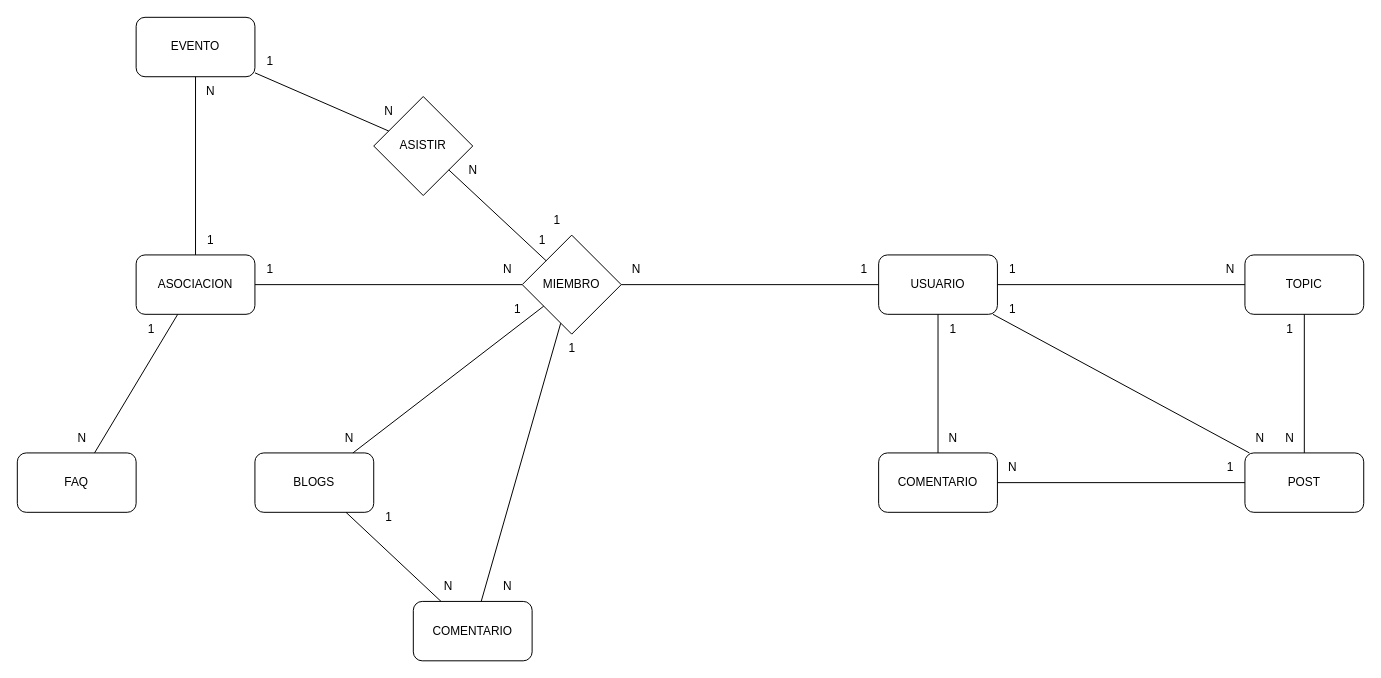
NoeOrgaGutierrez/careconnect-back keeps this draw.io diagram as Base de Datos.drawio. Above is the earlier version. Source tidied: cells renumbered, new cells numbered last; positions are measured from the earlier drawing's top-left corner, leaving out a move shared by most shapes. Both pictures are drawn from the tidied source at 99%, with x=0, y=0 at pixel (17, 17).
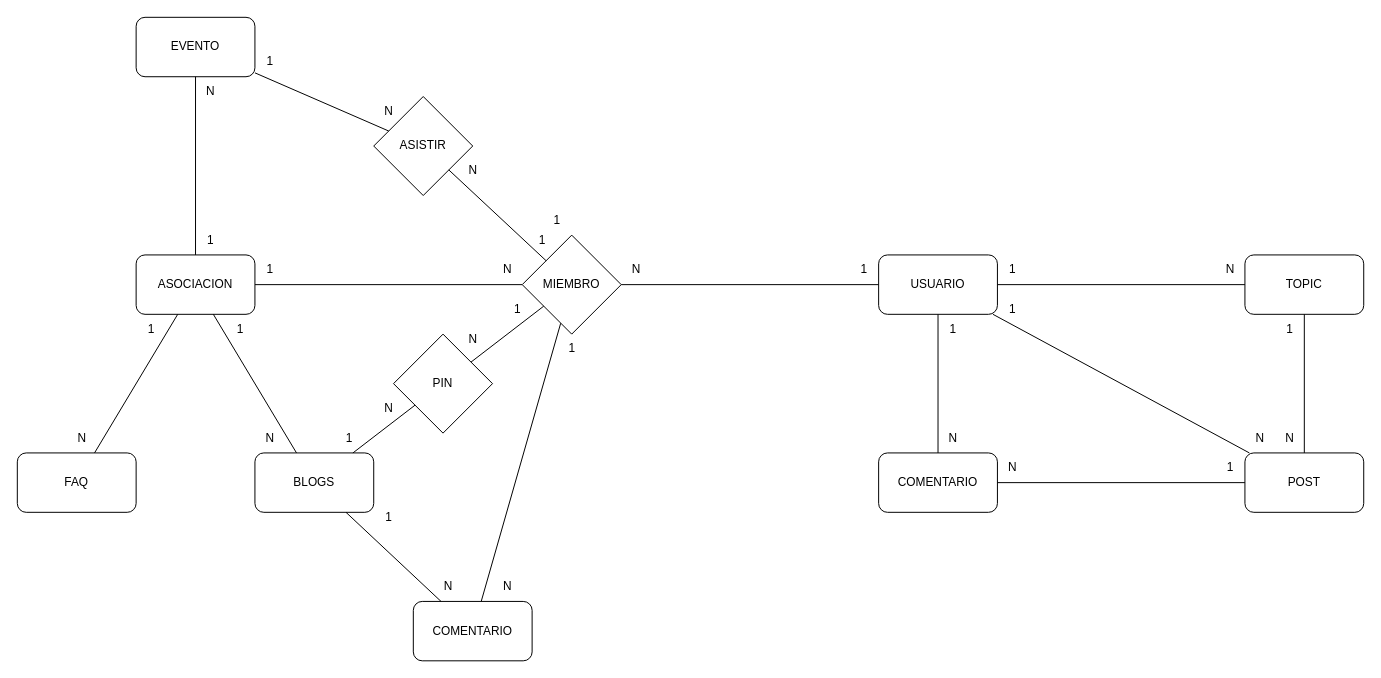
The same page after the edit.

Unchanged cells that the change refers to:
```xml
<mxCell id="3" value="ASOCIACION" style="rounded=1;whiteSpace=wrap;html=1;" parent="1" vertex="1">
  <mxGeometry x="120" y="240" width="120" height="60" as="geometry" />
</mxCell>
<mxCell id="6" value="BLOGS" style="rounded=1;whiteSpace=wrap;html=1;" parent="1" vertex="1">
  <mxGeometry x="240" y="440" width="120" height="60" as="geometry" />
</mxCell>
<mxCell id="45" value="MIEMBRO" style="rhombus;whiteSpace=wrap;html=1;" parent="1" vertex="1">
  <mxGeometry x="510" y="220" width="100" height="100" as="geometry" />
</mxCell>
```

The edit, as a diff of the source:
```diff
@@
-    <mxCell id="53" style="rounded=0;jettySize=auto;html=1;endArrow=none;endFill=0;" parent="1" edge="1" source="6" target="45">
-      <mxGeometry relative="1" as="geometry" />
-    </mxCell>
@@
     <mxCell id="55" value="N" style="text;html=1;align=center;verticalAlign=middle;strokeColor=none;fillColor=none;" parent="1" vertex="1">
-      <mxGeometry x="320" y="410" width="30" height="30" as="geometry" />
+      <mxGeometry x="240" y="410" width="30" height="30" as="geometry" />
     </mxCell>
+    <mxCell id="56" style="rounded=0;jettySize=auto;html=1;endArrow=none;endFill=0;" parent="1" edge="1" source="3" target="6">
+      <mxGeometry relative="1" as="geometry" />
+    </mxCell>
+    <mxCell id="57" value="1" style="text;html=1;align=center;verticalAlign=middle;strokeColor=none;fillColor=none;" parent="1" vertex="1">
+      <mxGeometry x="210" y="300" width="30" height="30" as="geometry" />
+    </mxCell>
+    <mxCell id="58" value="PIN" style="rhombus;whiteSpace=wrap;html=1;" parent="1" vertex="1">
+      <mxGeometry x="380" y="320" width="100" height="100" as="geometry" />
+    </mxCell>
+    <mxCell id="59" style="rounded=0;jettySize=auto;html=1;endArrow=none;endFill=0;" parent="1" edge="1" source="58" target="6">
+      <mxGeometry relative="1" as="geometry" />
+    </mxCell>
+    <mxCell id="60" style="rounded=0;jettySize=auto;html=1;endArrow=none;endFill=0;" parent="1" edge="1" source="45" target="58">
+      <mxGeometry relative="1" as="geometry" />
+    </mxCell>
+    <mxCell id="61" value="N" style="text;html=1;align=center;verticalAlign=middle;strokeColor=none;fillColor=none;" parent="1" vertex="1">
+      <mxGeometry x="360" y="380" width="30" height="30" as="geometry" />
+    </mxCell>
+    <mxCell id="62" value="N" style="text;html=1;align=center;verticalAlign=middle;strokeColor=none;fillColor=none;" parent="1" vertex="1">
+      <mxGeometry x="445" y="310" width="30" height="30" as="geometry" />
+    </mxCell>
+    <mxCell id="63" value="1" style="text;html=1;align=center;verticalAlign=middle;strokeColor=none;fillColor=none;" parent="1" vertex="1">
+      <mxGeometry x="320" y="410" width="30" height="30" as="geometry" />
+    </mxCell>
```
